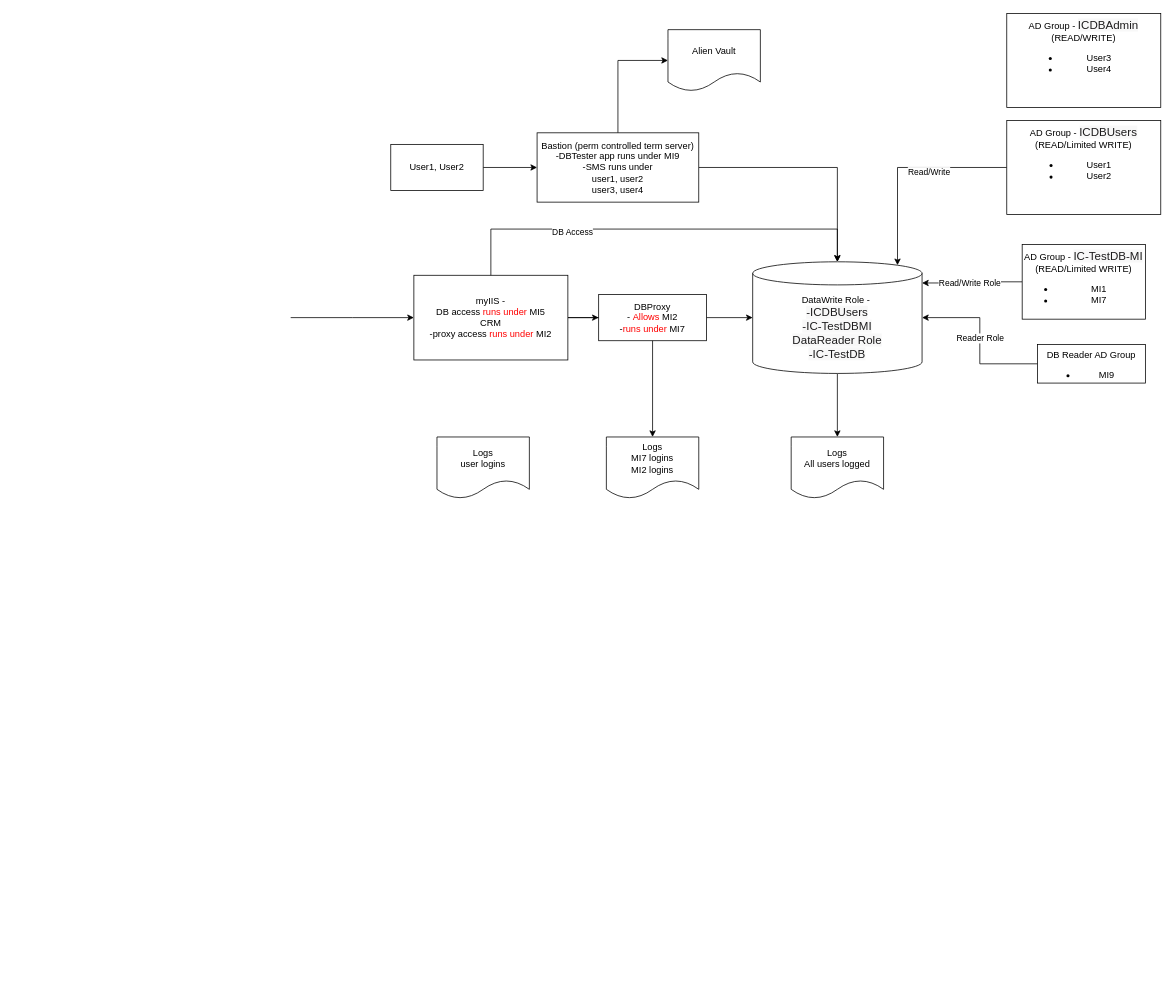
Above: Untitled Diagram.drawio in vjavle/invoicecloud (draw.io), before the change. Source tidied: cells renumbered, new cells numbered last; positions are measured from the earlier drawing's top-left corner, leaving out a move shared by most shapes. Both pictures are drawn from the tidied source at 77%, with x=0, y=0 at pixel (290, 13).
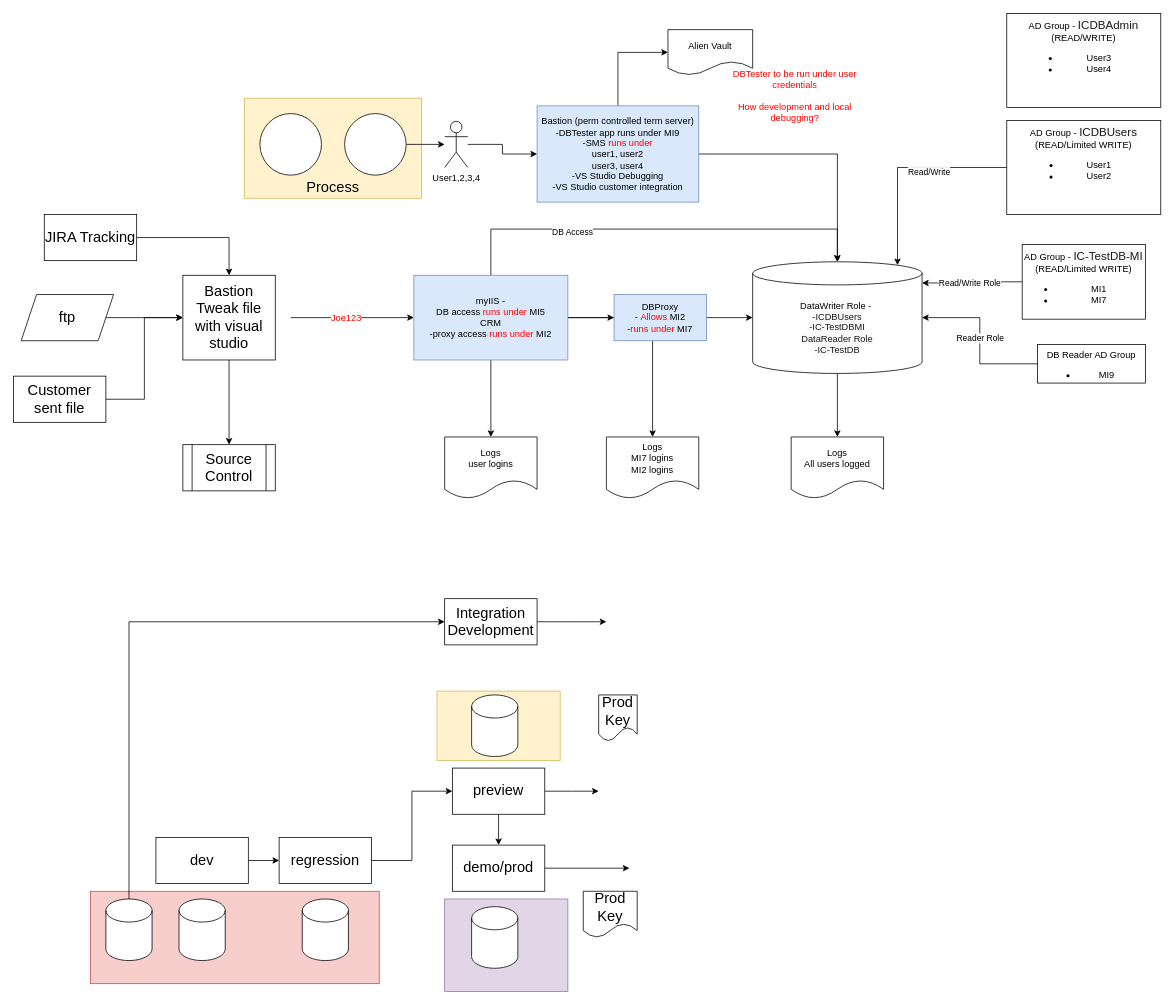
The same diagram, later.

The change refers to these unchanged cells:
```xml
<mxCell id="2" style="edgeStyle=orthogonalEdgeStyle;rounded=0;jettySize=auto;html=1;startArrow=classic;startFill=1;endArrow=none;endFill=0;" parent="1" edge="1" source="7">
  <mxGeometry relative="1" as="geometry">
    <mxPoint y="395" as="targetPoint" />
  </mxGeometry>
</mxCell>
```

The edit, as a diff of the source:
```diff
@@
+    <mxCell id="31" style="rounded=0;whiteSpace=wrap;html=1;fontSize=19;fillColor=#fff2cc;strokeColor=#d6b656;" parent="1" vertex="1">
+      <mxGeometry x="190" y="880" width="160" height="90" as="geometry" />
+    </mxCell>
+    <mxCell id="32" style="rounded=0;whiteSpace=wrap;html=1;fontSize=19;fillColor=#e1d5e7;strokeColor=#9673a6;" parent="1" vertex="1">
+      <mxGeometry x="200" y="1150" width="160" height="120" as="geometry" />
+    </mxCell>
+    <mxCell id="33" style="rounded=0;whiteSpace=wrap;html=1;fontSize=19;fillColor=#f8cecc;strokeColor=#b85450;" parent="1" vertex="1">
+      <mxGeometry x="-260" y="1140" width="375" height="120" as="geometry" />
+    </mxCell>
+    <mxCell id="34" value="Process" style="rounded=0;whiteSpace=wrap;html=1;fontSize=19;verticalAlign=bottom;fillColor=#fff2cc;strokeColor=#d6b656;" parent="1" vertex="1">
+      <mxGeometry x="-60" y="110" width="230" height="130" as="geometry" />
+    </mxCell>
@@
+    <mxCell id="35" value="Joe123" style="edgeLabel;html=1;align=center;verticalAlign=middle;fontSize=12;fontColor=#FF0000;" parent="2" vertex="1">
+      <mxGeometry x="0.11" relative="1" as="geometry" />
+    </mxCell>
@@
+    <mxCell id="36" style="edgeStyle=orthogonalEdgeStyle;rounded=0;jettySize=auto;html=1;fontColor=#000000;startArrow=none;startFill=0;endArrow=classic;endFill=1;" parent="1" edge="1" source="7" target="29">
+      <mxGeometry relative="1" as="geometry" />
+    </mxCell>
-    <mxCell id="7" value="myIIS - &lt;br&gt;DB access&amp;nbsp;&lt;span style=&quot;color: rgb(255 , 0 , 0)&quot;&gt;runs under&lt;/span&gt;&amp;nbsp;MI5&lt;br&gt;CRM &lt;br&gt;-proxy access&amp;nbsp;&lt;span style=&quot;color: rgb(255 , 0 , 0)&quot;&gt;runs under&lt;/span&gt;&amp;nbsp;MI2" style="rounded=0;whiteSpace=wrap;html=1;" parent="1" vertex="1">
+    <mxCell id="7" value="myIIS - &lt;br&gt;DB access&amp;nbsp;&lt;span style=&quot;color: rgb(255 , 0 , 0)&quot;&gt;runs under&lt;/span&gt;&amp;nbsp;MI5&lt;br&gt;CRM &lt;br&gt;-proxy access&amp;nbsp;&lt;span style=&quot;color: rgb(255 , 0 , 0)&quot;&gt;runs under&lt;/span&gt;&amp;nbsp;MI2" style="rounded=0;whiteSpace=wrap;html=1;fillColor=#dae8fc;strokeColor=#6c8ebf;" parent="1" vertex="1">
       <mxGeometry x="160" y="340" width="200" height="110" as="geometry" />
     </mxCell>
@@
-    <mxCell id="9" value="DBProxy &lt;br&gt;-&amp;nbsp;&lt;font color=&quot;#ff0000&quot;&gt;Allows &lt;/font&gt;MI2&lt;br&gt;-&lt;font color=&quot;#ff0000&quot;&gt;runs under&lt;/font&gt; MI7" style="rounded=0;whiteSpace=wrap;html=1;" parent="1" vertex="1">
-      <mxGeometry x="400" y="365" width="140" height="60" as="geometry" />
+    <mxCell id="9" value="DBProxy &lt;br&gt;-&amp;nbsp;&lt;font color=&quot;#ff0000&quot;&gt;Allows &lt;/font&gt;MI2&lt;br&gt;-&lt;font color=&quot;#ff0000&quot;&gt;runs under&lt;/font&gt; MI7" style="rounded=0;whiteSpace=wrap;html=1;fillColor=#dae8fc;strokeColor=#6c8ebf;" parent="1" vertex="1">
+      <mxGeometry x="420" y="365" width="120" height="60" as="geometry" />
     </mxCell>
@@
-    <mxCell id="11" value="DataWrite Role -&amp;nbsp;&lt;br&gt;&lt;span style=&quot;color: rgb(29 , 28 , 29) ; font-size: 15px ; text-align: left ; background-color: rgb(248 , 248 , 248)&quot;&gt;-ICDBUsers&lt;br&gt;&lt;/span&gt;&lt;span style=&quot;color: rgb(29 , 28 , 29) ; font-size: 15px ; text-align: left ; background-color: rgb(248 , 248 , 248)&quot;&gt;-IC-TestDBMI&lt;br&gt;DataReader Role&lt;br&gt;&lt;/span&gt;&lt;span style=&quot;color: rgb(29 , 28 , 29) ; font-size: 15px ; text-align: left ; background-color: rgb(248 , 248 , 248)&quot;&gt;-IC-TestDB&lt;/span&gt;&lt;span style=&quot;color: rgb(29 , 28 , 29) ; font-size: 15px ; text-align: left ; background-color: rgb(248 , 248 , 248)&quot;&gt;&lt;br&gt;&lt;/span&gt;" style="shape=cylinder3;whiteSpace=wrap;html=1;boundedLbl=1;backgroundOutline=1;size=15;" parent="1" vertex="1">
+    <mxCell id="11" value="DataWriter Role -&amp;nbsp;&lt;br style=&quot;font-size: 12px&quot;&gt;&lt;span style=&quot;color: rgb(29 , 28 , 29) ; font-size: 12px ; text-align: left ; background-color: rgb(248 , 248 , 248)&quot;&gt;-ICDBUsers&lt;br style=&quot;font-size: 12px&quot;&gt;&lt;/span&gt;&lt;span style=&quot;color: rgb(29 , 28 , 29) ; font-size: 12px ; text-align: left ; background-color: rgb(248 , 248 , 248)&quot;&gt;-IC-TestDBMI&lt;br style=&quot;font-size: 12px&quot;&gt;DataReader Role&lt;br style=&quot;font-size: 12px&quot;&gt;&lt;/span&gt;&lt;span style=&quot;color: rgb(29 , 28 , 29) ; font-size: 12px ; text-align: left ; background-color: rgb(248 , 248 , 248)&quot;&gt;-IC-TestDB&lt;/span&gt;&lt;span style=&quot;color: rgb(29 , 28 , 29) ; font-size: 12px ; text-align: left ; background-color: rgb(248 , 248 , 248)&quot;&gt;&lt;br style=&quot;font-size: 12px&quot;&gt;&lt;/span&gt;" style="shape=cylinder3;whiteSpace=wrap;html=1;boundedLbl=1;backgroundOutline=1;size=15;fontSize=12;" parent="1" vertex="1">
       <mxGeometry x="600" y="322.5" width="220" height="145" as="geometry" />
     </mxCell>
@@
-    <mxCell id="20" value="&lt;font color=&quot;#000000&quot;&gt;Bastion (perm controlled term server)&lt;br&gt;-DBTester app runs under MI9&lt;br&gt;-SMS runs under &lt;br&gt;user1, user2&lt;br&gt;user3, user4&lt;br&gt;&lt;/font&gt;" style="rounded=0;whiteSpace=wrap;html=1;fontColor=#FF0000;" parent="1" vertex="1">
-      <mxGeometry x="320" y="155" width="210" height="90" as="geometry" />
+    <mxCell id="20" value="&lt;font color=&quot;#000000&quot;&gt;Bastion (perm controlled term server)&lt;br&gt;-DBTester app runs under MI9&lt;br&gt;-SMS &lt;/font&gt;&lt;font color=&quot;#ff0000&quot;&gt;runs under &lt;/font&gt;&lt;br&gt;user1, user2&lt;br&gt;user3, user4&lt;br&gt;-VS Studio Debugging&lt;br&gt;-VS Studio customer integration" style="rounded=0;whiteSpace=wrap;html=1;fillColor=#dae8fc;strokeColor=#6c8ebf;" parent="1" vertex="1">
+      <mxGeometry x="320" y="120" width="210" height="125" as="geometry" />
     </mxCell>
-    <mxCell id="21" style="edgeStyle=orthogonalEdgeStyle;rounded=0;jettySize=auto;html=1;fontColor=#000000;startArrow=none;startFill=0;endArrow=classic;endFill=1;" parent="1" edge="1" source="22" target="20">
+    <mxCell id="21" style="edgeStyle=orthogonalEdgeStyle;rounded=0;jettySize=auto;html=1;fontColor=#000000;startArrow=none;startFill=0;endArrow=classic;endFill=1;" parent="1" edge="1" source="37" target="20">
       <mxGeometry relative="1" as="geometry" />
     </mxCell>
-    <mxCell id="22" value="User1, User2" style="rounded=0;whiteSpace=wrap;html=1;fontColor=#000000;" parent="1" vertex="1">
-      <mxGeometry x="130" y="170" width="120" height="60" as="geometry" />
-    </mxCell>
@@
     <mxCell id="27" value="Alien Vault" style="shape=document;whiteSpace=wrap;html=1;boundedLbl=1;fontColor=#000000;" parent="1" vertex="1">
-      <mxGeometry x="490" y="21" width="120" height="80" as="geometry" />
+      <mxGeometry x="490" y="21" width="110" height="59" as="geometry" />
     </mxCell>
@@
     <mxCell id="29" value="Logs&lt;br&gt;user logins" style="shape=document;whiteSpace=wrap;html=1;boundedLbl=1;fontColor=#000000;" parent="1" vertex="1">
-      <mxGeometry x="190" y="550" width="120" height="80" as="geometry" />
+      <mxGeometry x="200" y="550" width="120" height="80" as="geometry" />
     </mxCell>
@@
+    <mxCell id="37" value="User1,2,3,4" style="shape=umlActor;verticalLabelPosition=bottom;verticalAlign=top;html=1;outlineConnect=0;fontColor=#000000;" parent="1" vertex="1">
+      <mxGeometry x="200" y="140" width="30" height="60" as="geometry" />
+    </mxCell>
+    <mxCell id="38" value="DBTester to be run under user credentials&lt;br&gt;&lt;br&gt;How development and local debugging?" style="text;html=1;strokeColor=none;fillColor=none;align=center;verticalAlign=middle;whiteSpace=wrap;rounded=0;fontSize=12;fontColor=#FF0000;" parent="1" vertex="1">
+      <mxGeometry x="560" y="92" width="190" height="30" as="geometry" />
+    </mxCell>
+    <mxCell id="39" style="ellipse;whiteSpace=wrap;html=1;fontSize=12;fontColor=#FF0000;" parent="1" vertex="1">
+      <mxGeometry x="-40" y="130" width="80" height="80" as="geometry" />
+    </mxCell>
+    <mxCell id="40" style="edgeStyle=orthogonalEdgeStyle;rounded=0;jettySize=auto;html=1;fontSize=12;fontColor=#FF0000;startArrow=none;startFill=0;endArrow=classic;endFill=1;" parent="1" edge="1" source="41" target="37">
+      <mxGeometry relative="1" as="geometry" />
+    </mxCell>
+    <mxCell id="41" style="ellipse;whiteSpace=wrap;html=1;fontSize=12;fontColor=#FF0000;" parent="1" vertex="1">
+      <mxGeometry x="70" y="130" width="80" height="80" as="geometry" />
+    </mxCell>
+    <mxCell id="42" style="edgeStyle=orthogonalEdgeStyle;rounded=0;jettySize=auto;html=1;fontSize=19;fontColor=#000000;startArrow=none;startFill=0;endArrow=classic;endFill=1;" parent="1" edge="1" source="43" target="45">
+      <mxGeometry relative="1" as="geometry" />
+    </mxCell>
+    <mxCell id="43" value="ftp" style="shape=parallelogram;perimeter=parallelogramPerimeter;whiteSpace=wrap;html=1;fixedSize=1;fontSize=19;fontColor=#000000;" parent="1" vertex="1">
+      <mxGeometry x="-350" y="365" width="120" height="60" as="geometry" />
+    </mxCell>
+    <mxCell id="44" style="edgeStyle=orthogonalEdgeStyle;rounded=0;jettySize=auto;html=1;fontSize=19;fontColor=#000000;startArrow=none;startFill=0;endArrow=classic;endFill=1;" parent="1" edge="1" source="45" target="48">
+      <mxGeometry relative="1" as="geometry" />
+    </mxCell>
+    <mxCell id="45" value="Bastion&lt;br&gt;Tweak file with visual studio" style="rounded=0;whiteSpace=wrap;html=1;fontSize=19;fontColor=#000000;" parent="1" vertex="1">
+      <mxGeometry x="-140" y="340" width="120" height="110" as="geometry" />
+    </mxCell>
+    <mxCell id="46" style="edgeStyle=orthogonalEdgeStyle;rounded=0;jettySize=auto;html=1;entryX=0;entryY=0.5;entryDx=0;entryDy=0;fontSize=19;fontColor=#000000;startArrow=none;startFill=0;endArrow=classic;endFill=1;" parent="1" edge="1" source="47" target="45">
+      <mxGeometry relative="1" as="geometry" />
+    </mxCell>
+    <mxCell id="47" value="Customer sent file" style="rounded=0;whiteSpace=wrap;html=1;fontSize=19;fontColor=#000000;" parent="1" vertex="1">
+      <mxGeometry x="-360" y="471" width="120" height="60" as="geometry" />
+    </mxCell>
+    <mxCell id="48" value="Source Control" style="shape=process;whiteSpace=wrap;html=1;backgroundOutline=1;fontSize=19;fontColor=#000000;" parent="1" vertex="1">
+      <mxGeometry x="-140" y="560" width="120" height="60" as="geometry" />
+    </mxCell>
+    <mxCell id="49" style="edgeStyle=orthogonalEdgeStyle;rounded=0;jettySize=auto;html=1;entryX=0.5;entryY=0;entryDx=0;entryDy=0;fontSize=19;fontColor=#000000;startArrow=none;startFill=0;endArrow=classic;endFill=1;" parent="1" edge="1" source="50" target="45">
+      <mxGeometry relative="1" as="geometry" />
+    </mxCell>
+    <mxCell id="50" value="JIRA Tracking" style="rounded=0;whiteSpace=wrap;html=1;fontSize=19;fontColor=#000000;" parent="1" vertex="1">
+      <mxGeometry x="-320" y="261" width="120" height="60" as="geometry" />
+    </mxCell>
+    <mxCell id="51" style="edgeStyle=orthogonalEdgeStyle;rounded=0;jettySize=auto;html=1;fontSize=19;fontColor=#000000;startArrow=none;startFill=0;endArrow=classic;endFill=1;" parent="1" edge="1" source="52" target="54">
+      <mxGeometry relative="1" as="geometry" />
+    </mxCell>
+    <mxCell id="52" value="dev" style="rounded=0;whiteSpace=wrap;html=1;fontSize=19;fontColor=#000000;" parent="1" vertex="1">
+      <mxGeometry x="-175" y="1070" width="120" height="60" as="geometry" />
+    </mxCell>
+    <mxCell id="53" style="edgeStyle=orthogonalEdgeStyle;rounded=0;jettySize=auto;html=1;entryX=0;entryY=0.5;entryDx=0;entryDy=0;fontSize=19;fontColor=#000000;startArrow=none;startFill=0;endArrow=classic;endFill=1;" parent="1" edge="1" source="54" target="57">
+      <mxGeometry relative="1" as="geometry" />
+    </mxCell>
+    <mxCell id="54" value="regression" style="rounded=0;whiteSpace=wrap;html=1;fontSize=19;fontColor=#000000;" parent="1" vertex="1">
+      <mxGeometry x="-15" y="1070" width="120" height="60" as="geometry" />
+    </mxCell>
+    <mxCell id="55" style="edgeStyle=orthogonalEdgeStyle;rounded=0;jettySize=auto;html=1;fontSize=19;fontColor=#000000;startArrow=none;startFill=0;endArrow=classic;endFill=1;" parent="1" edge="1" source="57" target="59">
+      <mxGeometry relative="1" as="geometry" />
+    </mxCell>
+    <mxCell id="56" style="edgeStyle=orthogonalEdgeStyle;rounded=0;jettySize=auto;html=1;fontSize=19;fontColor=#000000;startArrow=none;startFill=0;endArrow=classic;endFill=1;" parent="1" edge="1" source="57">
+      <mxGeometry relative="1" as="geometry">
+        <mxPoint x="400" y="1010" as="targetPoint" />
+      </mxGeometry>
+    </mxCell>
+    <mxCell id="57" value="preview" style="rounded=0;whiteSpace=wrap;html=1;fontSize=19;fontColor=#000000;" parent="1" vertex="1">
+      <mxGeometry x="210" y="980" width="120" height="60" as="geometry" />
+    </mxCell>
+    <mxCell id="58" style="edgeStyle=orthogonalEdgeStyle;rounded=0;jettySize=auto;html=1;fontSize=19;fontColor=#000000;startArrow=none;startFill=0;endArrow=classic;endFill=1;" parent="1" edge="1" source="59">
+      <mxGeometry relative="1" as="geometry">
+        <mxPoint x="440" y="1110" as="targetPoint" />
+      </mxGeometry>
+    </mxCell>
+    <mxCell id="59" value="demo/prod" style="rounded=0;whiteSpace=wrap;html=1;fontSize=19;fontColor=#000000;" parent="1" vertex="1">
+      <mxGeometry x="210" y="1080" width="120" height="60" as="geometry" />
+    </mxCell>
+    <mxCell id="60" style="shape=cylinder3;whiteSpace=wrap;html=1;boundedLbl=1;backgroundOutline=1;size=15;fontSize=19;fontColor=#000000;" parent="1" vertex="1">
+      <mxGeometry x="235" y="885" width="60" height="80" as="geometry" />
+    </mxCell>
+    <mxCell id="61" style="shape=cylinder3;whiteSpace=wrap;html=1;boundedLbl=1;backgroundOutline=1;size=15;fontSize=19;fontColor=#000000;" parent="1" vertex="1">
+      <mxGeometry x="235" y="1160" width="60" height="80" as="geometry" />
+    </mxCell>
+    <mxCell id="62" style="shape=cylinder3;whiteSpace=wrap;html=1;boundedLbl=1;backgroundOutline=1;size=15;fontSize=19;fontColor=#000000;" parent="1" vertex="1">
+      <mxGeometry x="15" y="1150" width="60" height="80" as="geometry" />
+    </mxCell>
+    <mxCell id="63" style="shape=cylinder3;whiteSpace=wrap;html=1;boundedLbl=1;backgroundOutline=1;size=15;fontSize=19;fontColor=#000000;" parent="1" vertex="1">
+      <mxGeometry x="-145" y="1150" width="60" height="80" as="geometry" />
+    </mxCell>
+    <mxCell id="64" value="Prod Key" style="shape=document;whiteSpace=wrap;html=1;boundedLbl=1;fontSize=19;fontColor=#000000;" parent="1" vertex="1">
+      <mxGeometry x="380" y="1140" width="70" height="60" as="geometry" />
+    </mxCell>
+    <mxCell id="65" value="Prod Key" style="shape=document;whiteSpace=wrap;html=1;boundedLbl=1;fontSize=19;fontColor=#000000;" parent="1" vertex="1">
+      <mxGeometry x="400" y="885" width="50" height="60" as="geometry" />
+    </mxCell>
+    <mxCell id="66" style="edgeStyle=orthogonalEdgeStyle;rounded=0;jettySize=auto;html=1;fontSize=19;fontColor=#000000;startArrow=none;startFill=0;endArrow=classic;endFill=1;" parent="1" edge="1" source="67">
+      <mxGeometry relative="1" as="geometry">
+        <mxPoint x="410" y="790" as="targetPoint" />
+      </mxGeometry>
+    </mxCell>
+    <mxCell id="67" value="Integration Development" style="rounded=0;whiteSpace=wrap;html=1;fontSize=19;fontColor=#000000;" parent="1" vertex="1">
+      <mxGeometry x="200" y="760" width="120" height="60" as="geometry" />
+    </mxCell>
+    <mxCell id="68" style="edgeStyle=orthogonalEdgeStyle;rounded=0;jettySize=auto;html=1;entryX=0;entryY=0.5;entryDx=0;entryDy=0;fontSize=19;fontColor=#000000;startArrow=none;startFill=0;endArrow=classic;endFill=1;" parent="1" edge="1" source="69" target="67">
+      <mxGeometry relative="1" as="geometry">
+        <Array as="points">
+          <mxPoint x="-210" y="790" />
+        </Array>
+      </mxGeometry>
+    </mxCell>
+    <mxCell id="69" style="shape=cylinder3;whiteSpace=wrap;html=1;boundedLbl=1;backgroundOutline=1;size=15;fontSize=19;fontColor=#000000;" parent="1" vertex="1">
+      <mxGeometry x="-240" y="1150" width="60" height="80" as="geometry" />
+    </mxCell>
```
